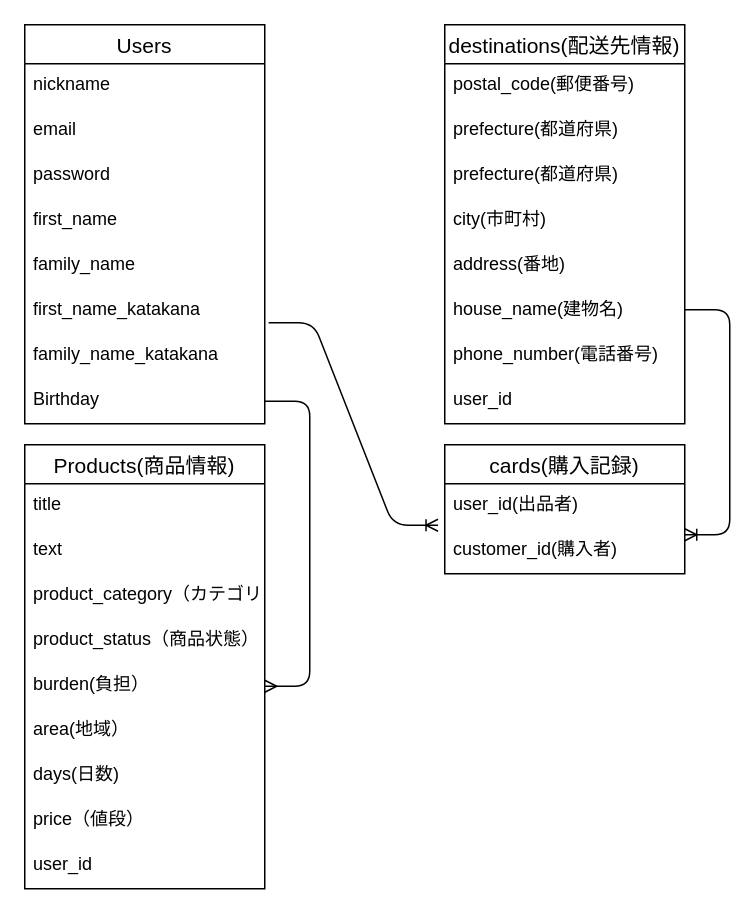
Earlier version of the draw.io diagram furima.dio (Yukitaka-PG/furima-34482). Source tidied: cells renumbered, new cells numbered last; positions are measured from the earlier drawing's top-left corner, leaving out a move shared by most shapes. Both pictures are drawn from the tidied source at 150%, with x=0, y=0 at pixel (24, 24).
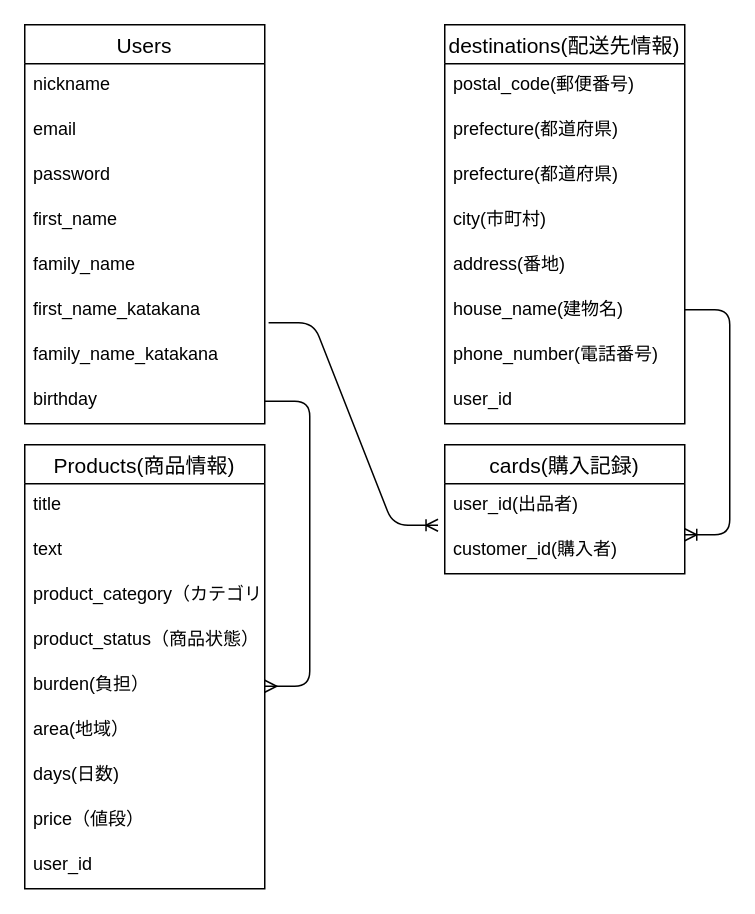
The same diagram, later.

Commit message (it also covers changes not shown here):
指摘箇所修正2回目

Unchanged cells that the change refers to:
```xml
<mxCell id="2" value="Users" style="swimlane;fontStyle=0;horizontal=1;startSize=26;align=center;fontSize=14;direction=east;" parent="1" vertex="1">
  <mxGeometry width="160" height="266" as="geometry" />
</mxCell>
```

Diff of the diagram source:
```diff
@@
-    <mxCell id="10" value="Birthday" style="text;strokeColor=none;fillColor=none;spacingLeft=4;spacingRight=4;overflow=hidden;points=[[0,0.5],[1,0.5]];portConstraint=eastwest;fontSize=12;" parent="2" vertex="1">
+    <mxCell id="10" value="birthday" style="text;strokeColor=none;fillColor=none;spacingLeft=4;spacingRight=4;overflow=hidden;points=[[0,0.5],[1,0.5]];portConstraint=eastwest;fontSize=12;" parent="2" vertex="1">
       <mxGeometry y="236" width="160" height="30" as="geometry" />
     </mxCell>
```
